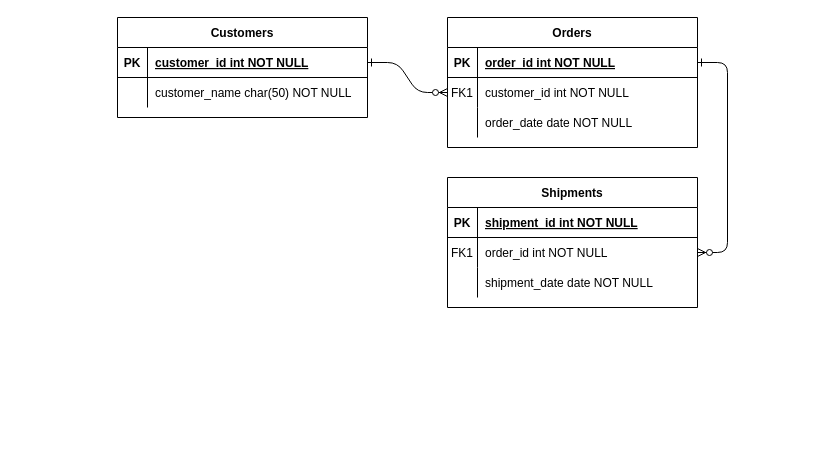
Earlier version of the draw.io diagram Diagrama sin título.drawio (Adri342/Adrituto). Source tidied: cells renumbered, new cells numbered last; positions are measured from the earlier drawing's top-left corner, leaving out a move shared by most shapes. Both pictures are drawn from the tidied source at 100%, with x=0, y=0 at pixel (117, 17).
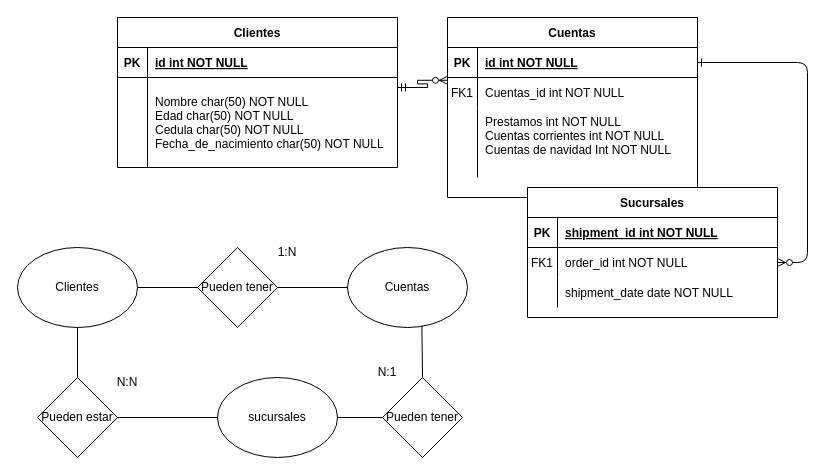
The same page after the edit.

The change refers to these unchanged cells:
```xml
<mxCell id="5" style="shape=partialRectangle;fillColor=none;points=[[0,0.5],[1,0.5]];portConstraint=eastwest;top=0;left=0;right=0;bottom=1;" parent="4" vertex="1">
  <mxGeometry y="30" width="250" height="30" as="geometry" />
</mxCell>
<mxCell id="8" style="shape=partialRectangle;fillColor=none;points=[[0,0.5],[1,0.5]];portConstraint=eastwest;top=0;left=0;right=0;bottom=0;" parent="4" vertex="1">
  <mxGeometry y="60" width="250" height="30" as="geometry" />
</mxCell>
```

The edit, as a diff of the source:
```diff
@@
-    <mxCell id="2" style="edgeStyle=entityRelationEdgeStyle;endArrow=ERzeroToMany;startArrow=ERone;endFill=1;startFill=0;" parent="1" edge="1" source="25" target="8">
-      <mxGeometry relative="1" as="geometry" />
-    </mxCell>
@@
-    <mxCell id="4" value="Orders" style="shape=table;startSize=30;childLayout=tableLayout;rowLines=0;fontStyle=1;align=center;" parent="1" vertex="1">
-      <mxGeometry x="330" width="250" height="130" as="geometry" />
+    <mxCell id="4" value="Cuentas" style="shape=table;startSize=30;childLayout=tableLayout;rowLines=0;fontStyle=1;align=center;" parent="1" vertex="1">
+      <mxGeometry x="330" width="250" height="180" as="geometry" />
     </mxCell>
@@
-    <mxCell id="7" value="order_id int NOT NULL " style="shape=partialRectangle;overflow=hidden;fillColor=none;top=0;left=0;bottom=0;right=0;align=left;spacingLeft=6;fontStyle=5;" parent="5" vertex="1">
+    <mxCell id="7" value="id int NOT NULL " style="shape=partialRectangle;overflow=hidden;fillColor=none;top=0;left=0;bottom=0;right=0;align=left;spacingLeft=6;fontStyle=5;" parent="5" vertex="1">
       <mxGeometry x="30" width="220" height="30" as="geometry" />
     </mxCell>
@@
-    <mxCell id="10" value="customer_id int NOT NULL" style="shape=partialRectangle;overflow=hidden;fillColor=none;top=0;left=0;bottom=0;right=0;align=left;spacingLeft=6;" parent="8" vertex="1">
+    <mxCell id="10" value="Cuentas_id int NOT NULL" style="shape=partialRectangle;overflow=hidden;fillColor=none;top=0;left=0;bottom=0;right=0;align=left;spacingLeft=6;" parent="8" vertex="1">
       <mxGeometry x="30" width="220" height="30" as="geometry" />
     </mxCell>
     <mxCell id="11" style="shape=partialRectangle;fillColor=none;top=0;left=0;right=0;bottom=0;" parent="4" vertex="1">
-      <mxGeometry y="90" width="250" height="30" as="geometry" />
+      <mxGeometry y="90" width="250" height="70" as="geometry" />
     </mxCell>
     <mxCell id="12" style="shape=partialRectangle;overflow=hidden;fillColor=none;top=0;left=0;bottom=0;right=0;" parent="11" vertex="1">
-      <mxGeometry width="30" height="30" as="geometry" />
+      <mxGeometry width="30" height="70" as="geometry" />
     </mxCell>
-    <mxCell id="13" value="order_date date NOT NULL" style="shape=partialRectangle;overflow=hidden;fillColor=none;top=0;left=0;bottom=0;right=0;align=left;spacingLeft=6;" parent="11" vertex="1">
-      <mxGeometry x="30" width="220" height="30" as="geometry" />
+    <mxCell id="13" value="Prestamos int NOT NULL&#10;Cuentas corrientes int NOT NULL&#10;Cuentas de navidad Int NOT NULL &#10;" style="shape=partialRectangle;overflow=hidden;fillColor=none;top=0;left=0;bottom=0;right=0;align=left;spacingLeft=6;" parent="11" vertex="1">
+      <mxGeometry x="30" width="220" height="70" as="geometry" />
     </mxCell>
-    <mxCell id="14" value="Shipments" style="shape=table;startSize=30;childLayout=tableLayout;rowLines=0;fontStyle=1;align=center;" parent="1" vertex="1">
-      <mxGeometry x="330" y="160" width="250" height="130" as="geometry" />
+    <mxCell id="14" value="Sucursales" style="shape=table;startSize=30;childLayout=tableLayout;rowLines=0;fontStyle=1;align=center;" parent="1" vertex="1">
+      <mxGeometry x="410" y="170" width="250" height="130" as="geometry" />
     </mxCell>
@@
-    <mxCell id="24" value="Customers" style="shape=table;startSize=30;childLayout=tableLayout;rowLines=0;fontStyle=1;align=center;" parent="1" vertex="1">
-      <mxGeometry width="250" height="100" as="geometry" />
+    <mxCell id="24" value="Clientes" style="shape=table;startSize=30;childLayout=tableLayout;rowLines=0;fontStyle=1;align=center;" parent="1" vertex="1">
+      <mxGeometry width="280" height="150" as="geometry" />
     </mxCell>
     <mxCell id="25" style="shape=partialRectangle;fillColor=none;points=[[0,0.5],[1,0.5]];portConstraint=eastwest;top=0;left=0;right=0;bottom=1;" parent="24" vertex="1">
-      <mxGeometry y="30" width="250" height="30" as="geometry" />
+      <mxGeometry y="30" width="280" height="30" as="geometry" />
     </mxCell>
@@
-    <mxCell id="27" value="customer_id int NOT NULL " style="shape=partialRectangle;overflow=hidden;fillColor=none;top=0;left=0;bottom=0;right=0;align=left;spacingLeft=6;fontStyle=5;" parent="25" vertex="1">
-      <mxGeometry x="30" width="220" height="30" as="geometry" />
+    <mxCell id="27" value="id int NOT NULL " style="shape=partialRectangle;overflow=hidden;fillColor=none;top=0;left=0;bottom=0;right=0;align=left;spacingLeft=6;fontStyle=5;" parent="25" vertex="1">
+      <mxGeometry x="30" width="250" height="30" as="geometry" />
     </mxCell>
     <mxCell id="28" style="shape=partialRectangle;fillColor=none;top=0;left=0;right=0;bottom=0;" parent="24" vertex="1">
-      <mxGeometry y="60" width="250" height="30" as="geometry" />
+      <mxGeometry y="60" width="280" height="90" as="geometry" />
     </mxCell>
     <mxCell id="29" style="shape=partialRectangle;overflow=hidden;fillColor=none;top=0;left=0;bottom=0;right=0;" parent="28" vertex="1">
-      <mxGeometry width="30" height="30" as="geometry" />
+      <mxGeometry width="30" height="90" as="geometry" />
     </mxCell>
-    <mxCell id="30" value="customer_name char(50) NOT NULL" style="shape=partialRectangle;overflow=hidden;fillColor=none;top=0;left=0;bottom=0;right=0;align=left;spacingLeft=6;" parent="28" vertex="1">
-      <mxGeometry x="30" width="220" height="30" as="geometry" />
+    <mxCell id="30" value="Nombre char(50) NOT NULL&#10;Edad char(50) NOT NULL&#10;Cedula char(50) NOT NULL&#10;Fecha_de_nacimiento char(50) NOT NULL" style="shape=partialRectangle;overflow=hidden;fillColor=none;top=0;left=0;bottom=0;right=0;align=left;spacingLeft=6;" parent="28" vertex="1">
+      <mxGeometry x="30" width="250" height="90" as="geometry" />
     </mxCell>
+    <mxCell id="31" value="Clientes" style="ellipse;whiteSpace=wrap;html=1;" parent="1" vertex="1">
+      <mxGeometry x="-100" y="230" width="120" height="80" as="geometry" />
+    </mxCell>
+    <mxCell id="32" value="Cuentas" style="ellipse;whiteSpace=wrap;html=1;" parent="1" vertex="1">
+      <mxGeometry x="230" y="230" width="120" height="80" as="geometry" />
+    </mxCell>
+    <mxCell id="33" value="Pueden tener" style="rhombus;whiteSpace=wrap;html=1;" parent="1" vertex="1">
+      <mxGeometry x="80" y="230" width="80" height="80" as="geometry" />
+    </mxCell>
+    <mxCell id="34" style="endArrow=none;html=1;rounded=0;entryX=0;entryY=0.5;entryDx=0;entryDy=0;exitX=1;exitY=0.5;exitDx=0;exitDy=0;" parent="1" edge="1" source="31" target="33">
+      <mxGeometry relative="1" as="geometry" />
+    </mxCell>
+    <mxCell id="35" style="endArrow=none;html=1;rounded=0;entryX=0;entryY=0.5;entryDx=0;entryDy=0;" parent="1" edge="1" target="32">
+      <mxGeometry relative="1" as="geometry">
+        <mxPoint x="160" y="270" as="sourcePoint" />
+      </mxGeometry>
+    </mxCell>
+    <mxCell id="36" style="endArrow=none;html=1;rounded=0;entryX=0.5;entryY=1;entryDx=0;entryDy=0;exitX=0.5;exitY=0;exitDx=0;exitDy=0;" parent="1" edge="1" source="37" target="31">
+      <mxGeometry relative="1" as="geometry" />
+    </mxCell>
+    <mxCell id="37" value="Pueden estar" style="rhombus;whiteSpace=wrap;html=1;" parent="1" vertex="1">
+      <mxGeometry x="-80" y="360" width="80" height="80" as="geometry" />
+    </mxCell>
+    <mxCell id="38" value="sucursales" style="ellipse;whiteSpace=wrap;html=1;" parent="1" vertex="1">
+      <mxGeometry x="100" y="360" width="120" height="80" as="geometry" />
+    </mxCell>
+    <mxCell id="39" style="endArrow=none;html=1;rounded=0;entryX=0;entryY=0.5;entryDx=0;entryDy=0;exitX=1;exitY=0.5;exitDx=0;exitDy=0;" parent="1" edge="1" source="37" target="38">
+      <mxGeometry relative="1" as="geometry" />
+    </mxCell>
+    <mxCell id="40" value="Pueden tener" style="rhombus;whiteSpace=wrap;html=1;" parent="1" vertex="1">
+      <mxGeometry x="265" y="360" width="80" height="80" as="geometry" />
+    </mxCell>
+    <mxCell id="41" style="endArrow=none;html=1;rounded=0;" parent="1" edge="1" target="40">
+      <mxGeometry relative="1" as="geometry">
+        <mxPoint x="220" y="400" as="sourcePoint" />
+      </mxGeometry>
+    </mxCell>
+    <mxCell id="42" style="endArrow=none;html=1;rounded=0;entryX=0.62;entryY=0.98;entryDx=0;entryDy=0;entryPerimeter=0;" parent="1" edge="1" target="32">
+      <mxGeometry relative="1" as="geometry">
+        <mxPoint x="305" y="360" as="sourcePoint" />
+      </mxGeometry>
+    </mxCell>
+    <mxCell id="43" value="N:N" style="text;html=1;align=center;verticalAlign=middle;whiteSpace=wrap;rounded=0;" parent="1" vertex="1">
+      <mxGeometry x="-20" y="350" width="60" height="30" as="geometry" />
+    </mxCell>
+    <mxCell id="44" value="1:N" style="text;html=1;align=center;verticalAlign=middle;whiteSpace=wrap;rounded=0;" parent="1" vertex="1">
+      <mxGeometry x="140" y="220" width="60" height="30" as="geometry" />
+    </mxCell>
+    <mxCell id="45" value="N:1" style="text;html=1;align=center;verticalAlign=middle;whiteSpace=wrap;rounded=0;" parent="1" vertex="1">
+      <mxGeometry x="240" y="340" width="60" height="30" as="geometry" />
+    </mxCell>
+    <mxCell id="46" style="edgeStyle=entityRelationEdgeStyle;fontSize=12;html=1;endArrow=ERzeroToMany;startArrow=ERmandOne;rounded=0;entryX=0;entryY=0.093;entryDx=0;entryDy=0;entryPerimeter=0;" parent="1" edge="1" target="8">
+      <mxGeometry relative="1" as="geometry">
+        <mxPoint x="280" y="70" as="sourcePoint" />
+      </mxGeometry>
+    </mxCell>
```
